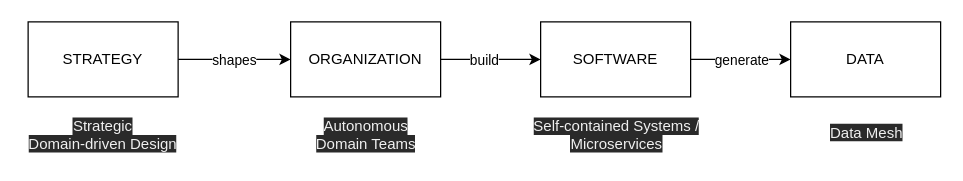
The draw.io diagram page "Page-2" (1 of 2) of diagrams/4steps.drawio in datamesh-architecture/datamesh-architecture.com, before the edit. Source tidied: cells renumbered, new cells numbered last; positions are measured from the earlier drawing's top-left corner, leaving out a move shared by most shapes. Both pictures are drawn from the tidied source at 125%, with x=0, y=0 at pixel (21, 21).
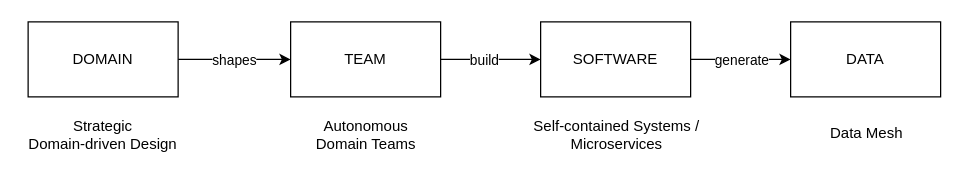
The same diagram, later.

Change to the diagram source:
```diff
@@
 <mxGraphModel>
   <root>
     <mxCell id="0" />
     <mxCell id="1" parent="0" />
     <mxCell id="2" style="edgeStyle=orthogonalEdgeStyle;rounded=0;jettySize=auto;html=1;" parent="1" edge="1" source="4" target="7">
       <mxGeometry relative="1" as="geometry" />
     </mxCell>
     <mxCell id="3" value="shapes" style="edgeLabel;html=1;align=center;verticalAlign=middle;" parent="2" vertex="1">
       <mxGeometry x="0.27" y="-4" relative="1" as="geometry">
         <mxPoint x="-13" y="-4" as="offset" />
       </mxGeometry>
     </mxCell>
-    <mxCell id="4" value="STRATEGY" style="rounded=0;whiteSpace=wrap;html=1;" parent="1" vertex="1">
+    <mxCell id="4" value="DOMAIN" style="rounded=0;whiteSpace=wrap;html=1;" parent="1" vertex="1">
       <mxGeometry x="5" width="120" height="60" as="geometry" />
     </mxCell>
     <mxCell id="5" style="edgeStyle=orthogonalEdgeStyle;rounded=0;jettySize=auto;html=1;" parent="1" edge="1" source="7" target="10">
       <mxGeometry relative="1" as="geometry" />
     </mxCell>
     <mxCell id="6" value="build" style="edgeLabel;html=1;align=center;verticalAlign=middle;" parent="5" vertex="1">
       <mxGeometry x="-0.28" relative="1" as="geometry">
         <mxPoint x="5" as="offset" />
       </mxGeometry>
     </mxCell>
-    <mxCell id="7" value="ORGANIZATION" style="rounded=0;whiteSpace=wrap;html=1;" parent="1" vertex="1">
+    <mxCell id="7" value="TEAM" style="rounded=0;whiteSpace=wrap;html=1;" parent="1" vertex="1">
       <mxGeometry x="215" width="120" height="60" as="geometry" />
     </mxCell>
     <mxCell id="8" style="edgeStyle=orthogonalEdgeStyle;rounded=0;jettySize=auto;html=1;" parent="1" edge="1" source="10" target="11">
       <mxGeometry relative="1" as="geometry" />
     </mxCell>
     <mxCell id="9" value="generate" style="edgeLabel;html=1;align=center;verticalAlign=middle;" parent="8" vertex="1">
       <mxGeometry x="-0.1" y="-2" relative="1" as="geometry">
         <mxPoint x="4" y="-2" as="offset" />
       </mxGeometry>
     </mxCell>
     <mxCell id="10" value="SOFTWARE" style="rounded=0;whiteSpace=wrap;html=1;" parent="1" vertex="1">
       <mxGeometry x="415" width="120" height="60" as="geometry" />
     </mxCell>
     <mxCell id="11" value="DATA" style="rounded=0;whiteSpace=wrap;html=1;" parent="1" vertex="1">
       <mxGeometry x="615" width="120" height="60" as="geometry" />
     </mxCell>
-    <mxCell id="12" value="&lt;span style=&quot;color: rgb(240, 240, 240); font-family: helvetica; font-size: 12px; font-style: normal; font-weight: 400; letter-spacing: normal; text-indent: 0px; text-transform: none; word-spacing: 0px; background-color: rgb(42, 42, 42); display: inline; float: none;&quot;&gt;Strategic&lt;/span&gt;&lt;br style=&quot;color: rgb(240, 240, 240); font-family: helvetica; font-size: 12px; font-style: normal; font-weight: 400; letter-spacing: normal; text-indent: 0px; text-transform: none; word-spacing: 0px; background-color: rgb(42, 42, 42);&quot;&gt;&lt;span style=&quot;color: rgb(240, 240, 240); font-family: helvetica; font-size: 12px; font-style: normal; font-weight: 400; letter-spacing: normal; text-indent: 0px; text-transform: none; word-spacing: 0px; background-color: rgb(42, 42, 42); display: inline; float: none;&quot;&gt;Domain-driven Design&lt;/span&gt;" style="text;whiteSpace=wrap;html=1;align=center;" parent="1" vertex="1">
+    <mxCell id="12" value="Strategic&#10;Domain-driven Design" style="text;whiteSpace=wrap;align=center;fontColor=default;" parent="1" vertex="1">
       <mxGeometry y="70" width="130" height="40" as="geometry" />
     </mxCell>
-    <mxCell id="13" value="&lt;span style=&quot;color: rgb(240, 240, 240); font-family: helvetica; font-size: 12px; font-style: normal; font-weight: 400; letter-spacing: normal; text-indent: 0px; text-transform: none; word-spacing: 0px; background-color: rgb(42, 42, 42); display: inline; float: none;&quot;&gt;Autonomous&lt;/span&gt;&lt;br style=&quot;color: rgb(240, 240, 240); font-family: helvetica; font-size: 12px; font-style: normal; font-weight: 400; letter-spacing: normal; text-indent: 0px; text-transform: none; word-spacing: 0px; background-color: rgb(42, 42, 42);&quot;&gt;&lt;span style=&quot;color: rgb(240, 240, 240); font-family: helvetica; font-size: 12px; font-style: normal; font-weight: 400; letter-spacing: normal; text-indent: 0px; text-transform: none; word-spacing: 0px; background-color: rgb(42, 42, 42); display: inline; float: none;&quot;&gt;Domain Teams&lt;/span&gt;" style="text;whiteSpace=wrap;html=1;align=center;" parent="1" vertex="1">
+    <mxCell id="13" value="Autonomous&#10;Domain Teams" style="text;whiteSpace=wrap;align=center;" parent="1" vertex="1">
       <mxGeometry x="215" y="70" width="121" height="40" as="geometry" />
     </mxCell>
-    <mxCell id="14" value="&lt;span style=&quot;color: rgb(240, 240, 240); font-family: helvetica; font-size: 12px; font-style: normal; font-weight: 400; letter-spacing: normal; text-indent: 0px; text-transform: none; word-spacing: 0px; background-color: rgb(42, 42, 42); display: inline; float: none;&quot;&gt;Self-contained Systems /&lt;/span&gt;&lt;br style=&quot;color: rgb(240, 240, 240); font-family: helvetica; font-size: 12px; font-style: normal; font-weight: 400; letter-spacing: normal; text-indent: 0px; text-transform: none; word-spacing: 0px; background-color: rgb(42, 42, 42);&quot;&gt;&lt;span style=&quot;color: rgb(240, 240, 240); font-family: helvetica; font-size: 12px; font-style: normal; font-weight: 400; letter-spacing: normal; text-indent: 0px; text-transform: none; word-spacing: 0px; background-color: rgb(42, 42, 42); display: inline; float: none;&quot;&gt;Microservices&lt;/span&gt;" style="text;whiteSpace=wrap;html=1;align=center;" parent="1" vertex="1">
+    <mxCell id="14" value="Self-contained Systems /&#10;Microservices" style="text;whiteSpace=wrap;align=center;" parent="1" vertex="1">
       <mxGeometry x="396" y="70" width="160" height="40" as="geometry" />
     </mxCell>
-    <mxCell id="15" value="&lt;span style=&quot;color: rgb(240, 240, 240); font-family: helvetica; font-size: 12px; font-style: normal; font-weight: 400; letter-spacing: normal; text-indent: 0px; text-transform: none; word-spacing: 0px; background-color: rgb(42, 42, 42); display: inline; float: none;&quot;&gt;Data Mesh&lt;/span&gt;" style="text;whiteSpace=wrap;html=1;align=center;" parent="1" vertex="1">
+    <mxCell id="15" value="Data Mesh" style="text;whiteSpace=wrap;align=center;" parent="1" vertex="1">
       <mxGeometry x="616" y="75" width="120" height="30" as="geometry" />
     </mxCell>
   </root>
 </mxGraphModel>
```
